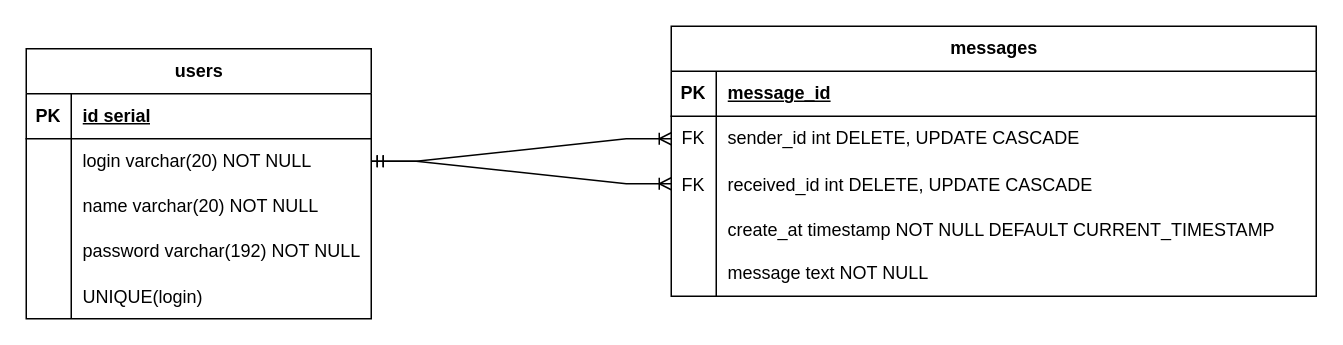
This is docs/БД.drawio from mongolianpes/Bubble-Messenger-server, a draw.io file, before an edit. Source tidied: cells renumbered, new cells numbered last; positions are measured from the earlier drawing's top-left corner, leaving out a move shared by most shapes. Both pictures are drawn from the tidied source at 150%, with x=0, y=0 at pixel (26, 26).
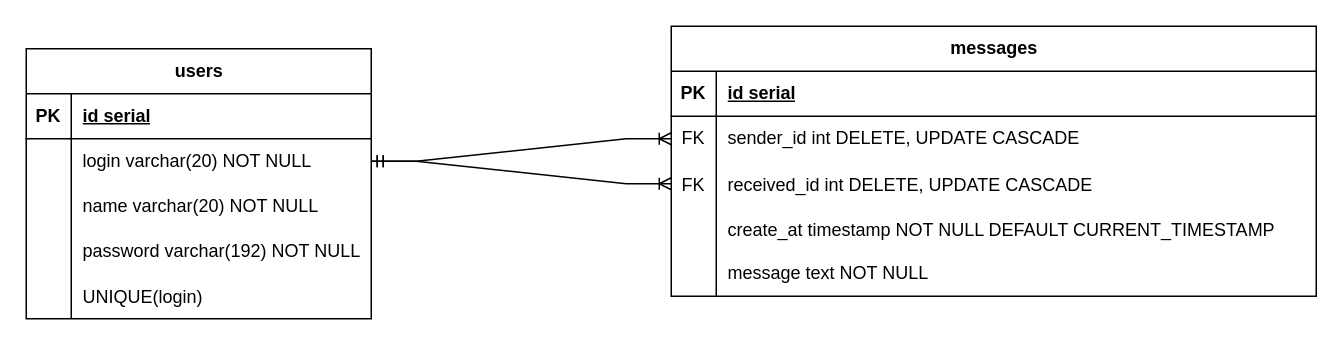
The same page after the edit.

The change refers to these unchanged cells:
```xml
<mxCell id="19" style="shape=tableRow;horizontal=0;startSize=0;swimlaneHead=0;swimlaneBody=0;fillColor=none;top=0;left=0;right=0;bottom=1;" parent="18" vertex="1">
  <mxGeometry y="30" width="430" height="30" as="geometry" />
</mxCell>
```

Diff of the diagram source:
```diff
@@
-    <mxCell id="21" value="message_id" style="shape=partialRectangle;fillColor=none;top=0;left=0;bottom=0;right=0;align=left;spacingLeft=6;fontStyle=5;overflow=hidden;whiteSpace=wrap;html=1;" parent="19" vertex="1">
+    <mxCell id="21" value="id serial" style="shape=partialRectangle;fillColor=none;top=0;left=0;bottom=0;right=0;align=left;spacingLeft=6;fontStyle=5;overflow=hidden;whiteSpace=wrap;html=1;" parent="19" vertex="1">
       <mxGeometry x="30" width="400" height="30" as="geometry" />
     </mxCell>
```
